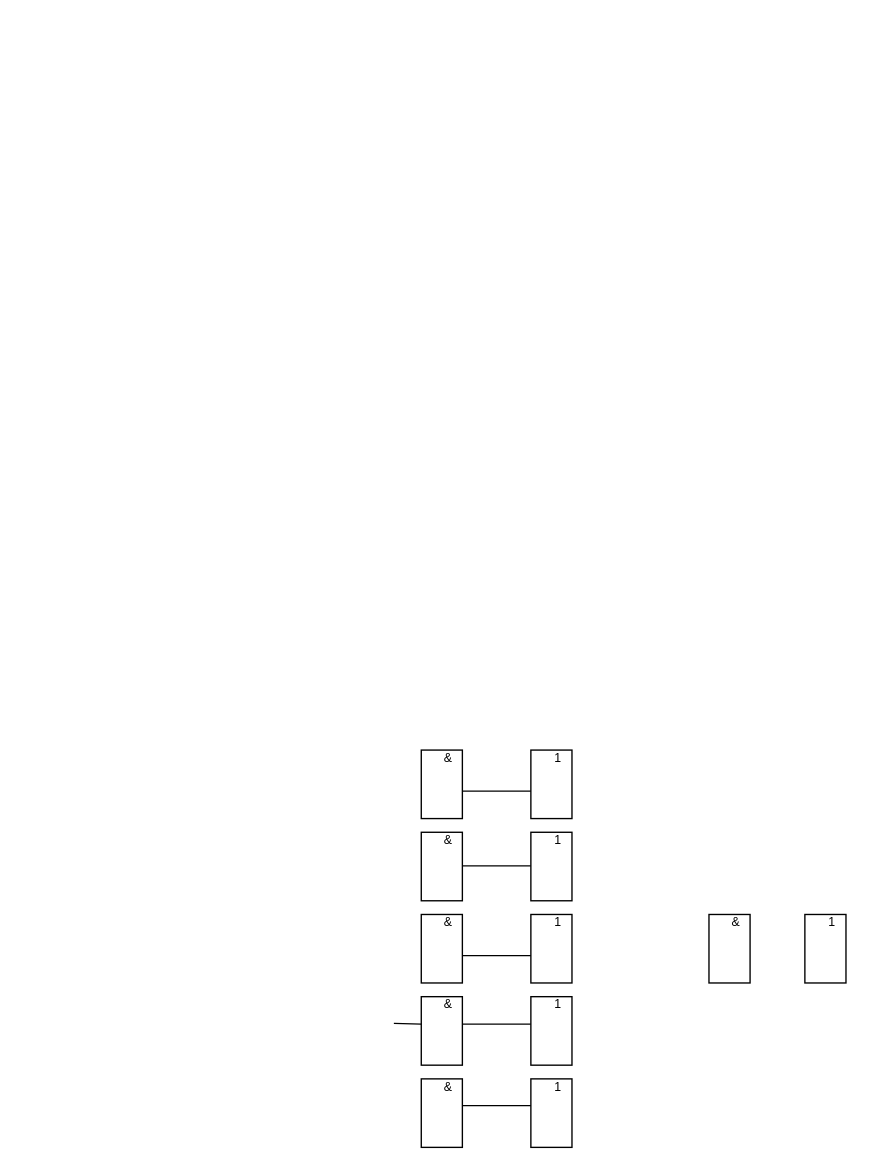
Before: page "МКНФбуль" (4 of 7) of BulevBasisMDNF.drawio in Chelovecpauk/Some, a draw.io diagram. Source tidied: cells renumbered, new cells numbered last; positions are measured from the earlier drawing's top-left corner, leaving out a move shared by most shapes. Both pictures are drawn from the tidied source at 137%, with x=0, y=0 at pixel (393, 736).
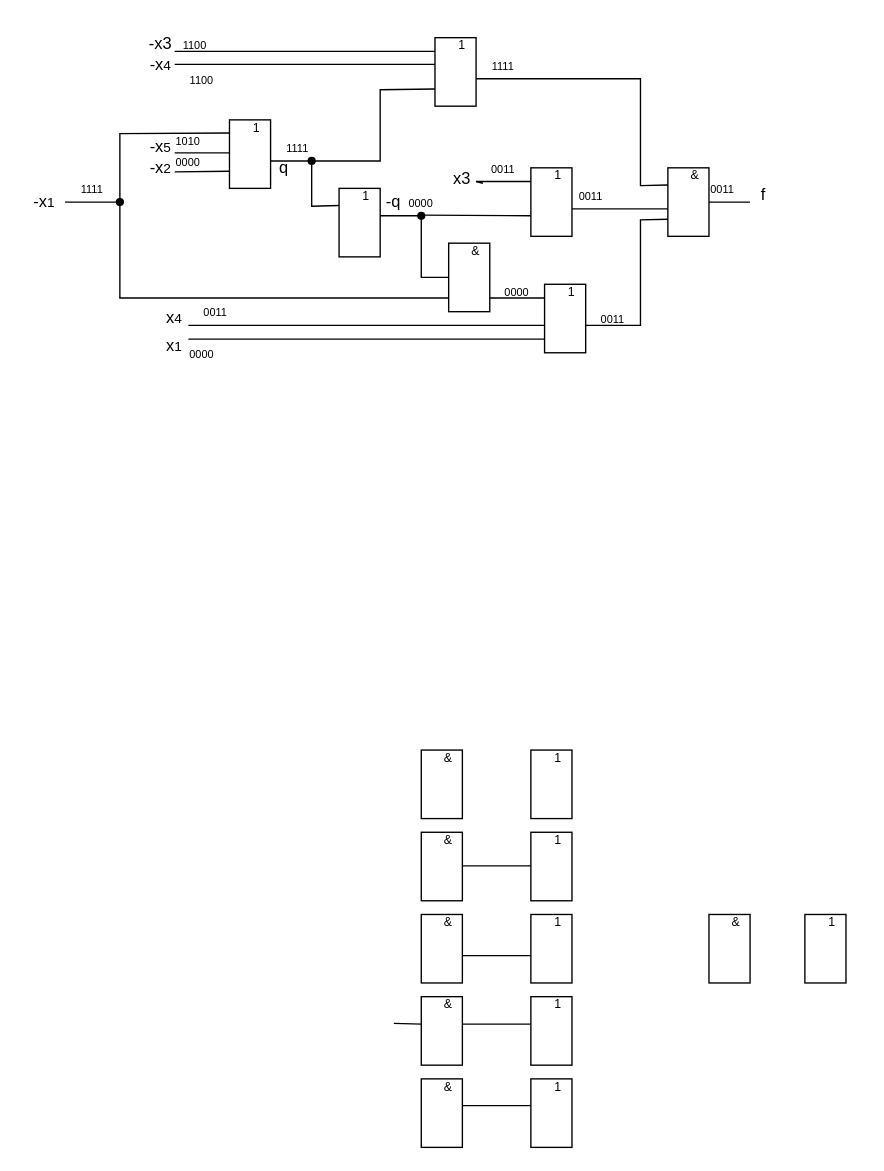
After the change.

The edit, as a diff of the source:
```diff
@@
     <mxCell id="35" style="endArrow=none;html=1;rounded=0;" parent="1" edge="1">
       <mxGeometry relative="1" as="geometry">
-        <mxPoint x="50" y="40" as="sourcePoint" />
-        <mxPoint x="100" y="40" as="targetPoint" />
+        <mxPoint x="130" y="-385" as="sourcePoint" />
+        <mxPoint x="210" y="-385" as="targetPoint" />
       </mxGeometry>
     </mxCell>
@@
+    <mxCell id="44" style="group;" parent="1" vertex="1">
+      <mxGeometry x="-40" y="-410" width="40" height="60" as="geometry" />
+    </mxCell>
+    <mxCell id="45" value="&lt;b&gt;&lt;font style=&quot;font-size: 14px;&quot;&gt;&lt;br&gt;&lt;br&gt;&lt;/font&gt;&lt;/b&gt;" style="rounded=0;whiteSpace=wrap;html=1;" parent="44" vertex="1">
+      <mxGeometry y="10" width="30" height="50" as="geometry" />
+    </mxCell>
+    <mxCell id="46" value="&lt;font style=&quot;font-size: 9px;&quot;&gt;1&lt;/font&gt;" style="text;html=1;strokeColor=none;fillColor=none;align=center;verticalAlign=middle;whiteSpace=wrap;rounded=0;" parent="44" vertex="1">
+      <mxGeometry width="40" height="30" as="geometry" />
+    </mxCell>
+    <mxCell id="47" value="&lt;b&gt;&lt;font style=&quot;font-size: 14px;&quot;&gt;&lt;br&gt;&lt;br&gt;&lt;/font&gt;&lt;/b&gt;" style="rounded=0;whiteSpace=wrap;html=1;" parent="1" vertex="1">
+      <mxGeometry x="-120" y="-450" width="30" height="50" as="geometry" />
+    </mxCell>
+    <mxCell id="48" style="group;" parent="1" vertex="1">
+      <mxGeometry x="200" y="-425" width="40" height="60" as="geometry" />
+    </mxCell>
+    <mxCell id="49" value="&lt;b&gt;&lt;font style=&quot;font-size: 14px;&quot;&gt;&lt;br&gt;&lt;br&gt;&lt;/font&gt;&lt;/b&gt;" style="rounded=0;whiteSpace=wrap;html=1;" parent="48" vertex="1">
+      <mxGeometry y="10" width="30" height="50" as="geometry" />
+    </mxCell>
+    <mxCell id="50" value="&lt;font style=&quot;font-size: 9px;&quot;&gt;&amp;amp;&lt;/font&gt;" style="text;html=1;strokeColor=none;fillColor=none;align=center;verticalAlign=middle;whiteSpace=wrap;rounded=0;" parent="48" vertex="1">
+      <mxGeometry width="40" height="30" as="geometry" />
+    </mxCell>
+    <mxCell id="51" style="endArrow=none;html=1;rounded=0;entryX=0;entryY=0.75;entryDx=0;entryDy=0;startArrow=none;" parent="1" edge="1" source="84" target="46">
+      <mxGeometry relative="1" as="geometry">
+        <Array as="points">
+          <mxPoint x="-60" y="-420" />
+          <mxPoint x="-60" y="-387" />
+        </Array>
+      </mxGeometry>
+    </mxCell>
+    <mxCell id="52" value="-x&lt;span style=&quot;font-size: 10px;&quot;&gt;5&lt;/span&gt;" style="text;html=1;strokeColor=none;fillColor=none;align=center;verticalAlign=middle;whiteSpace=wrap;rounded=0;" parent="1" vertex="1">
+      <mxGeometry x="-180" y="-440" width="20" height="20" as="geometry" />
+    </mxCell>
+    <mxCell id="53" value="-x&lt;span style=&quot;font-size: 10px;&quot;&gt;2&lt;/span&gt;" style="text;html=1;strokeColor=none;fillColor=none;align=center;verticalAlign=middle;whiteSpace=wrap;rounded=0;" parent="1" vertex="1">
+      <mxGeometry x="-200" y="-430" width="60" height="30" as="geometry" />
+    </mxCell>
+    <mxCell id="54" style="endArrow=none;html=1;rounded=0;entryX=0;entryY=1;entryDx=0;entryDy=0;" parent="1" edge="1">
+      <mxGeometry relative="1" as="geometry">
+        <mxPoint x="-160" y="-425.9" as="sourcePoint" />
+        <mxPoint x="-120" y="-425.9" as="targetPoint" />
+      </mxGeometry>
+    </mxCell>
+    <mxCell id="55" style="endArrow=none;html=1;rounded=0;entryX=0;entryY=0.75;entryDx=0;entryDy=0;" parent="1" edge="1" target="47">
+      <mxGeometry relative="1" as="geometry">
+        <mxPoint x="-160" y="-412" as="sourcePoint" />
+      </mxGeometry>
+    </mxCell>
+    <mxCell id="56" style="endArrow=none;html=1;rounded=0;exitX=0.75;exitY=1;exitDx=0;exitDy=0;entryX=0;entryY=0.5;entryDx=0;entryDy=0;" parent="1" edge="1" source="46" target="64">
+      <mxGeometry relative="1" as="geometry">
+        <Array as="points">
+          <mxPoint x="20" y="-380" />
+          <mxPoint x="20" y="-335" />
+        </Array>
+      </mxGeometry>
+    </mxCell>
+    <mxCell id="57" value="-q" style="text;html=1;strokeColor=none;fillColor=none;align=center;verticalAlign=middle;whiteSpace=wrap;rounded=0;" parent="1" vertex="1">
+      <mxGeometry x="-20" y="-405" width="40" height="30" as="geometry" />
+    </mxCell>
+    <mxCell id="58" value="q" style="text;html=1;strokeColor=none;fillColor=none;align=center;verticalAlign=middle;whiteSpace=wrap;rounded=0;" parent="1" vertex="1">
+      <mxGeometry x="-100" y="-430" width="40" height="30" as="geometry" />
+    </mxCell>
+    <mxCell id="59" value="&lt;font style=&quot;font-size: 8px;&quot;&gt;1111&lt;/font&gt;" style="text;html=1;strokeColor=none;fillColor=none;align=center;verticalAlign=middle;whiteSpace=wrap;rounded=0;" parent="1" vertex="1">
+      <mxGeometry x="-240" y="-410" width="40" height="20" as="geometry" />
+    </mxCell>
+    <mxCell id="60" value="&lt;font style=&quot;font-size: 8px;&quot;&gt;0000&lt;/font&gt;" style="text;html=1;strokeColor=none;fillColor=none;align=center;verticalAlign=middle;whiteSpace=wrap;rounded=0;" parent="1" vertex="1">
+      <mxGeometry x="-170" y="-425" width="40" height="10" as="geometry" />
+    </mxCell>
+    <mxCell id="61" value="&lt;font style=&quot;font-size: 8px;&quot;&gt;1111&lt;/font&gt;" style="text;html=1;strokeColor=none;fillColor=none;align=center;verticalAlign=middle;whiteSpace=wrap;rounded=0;" parent="1" vertex="1">
+      <mxGeometry x="-90" y="-435" width="40" height="10" as="geometry" />
+    </mxCell>
+    <mxCell id="62" value="&lt;font style=&quot;font-size: 8px;&quot;&gt;0000&lt;/font&gt;" style="text;html=1;strokeColor=none;fillColor=none;align=center;verticalAlign=middle;whiteSpace=wrap;rounded=0;" parent="1" vertex="1">
+      <mxGeometry y="-395" width="40" height="10" as="geometry" />
+    </mxCell>
+    <mxCell id="63" style="group;" parent="1" vertex="1">
+      <mxGeometry x="40" y="-370" width="40" height="60" as="geometry" />
+    </mxCell>
+    <mxCell id="64" value="&lt;b&gt;&lt;font style=&quot;font-size: 14px;&quot;&gt;&lt;br&gt;&lt;br&gt;&lt;/font&gt;&lt;/b&gt;" style="rounded=0;whiteSpace=wrap;html=1;" parent="63" vertex="1">
+      <mxGeometry y="10" width="30" height="50" as="geometry" />
+    </mxCell>
+    <mxCell id="65" value="&lt;font style=&quot;font-size: 9px;&quot;&gt;&amp;amp;&lt;/font&gt;" style="text;html=1;strokeColor=none;fillColor=none;align=center;verticalAlign=middle;whiteSpace=wrap;rounded=0;" parent="63" vertex="1">
+      <mxGeometry width="40" height="30" as="geometry" />
+    </mxCell>
+    <mxCell id="66" style="endArrow=none;html=1;rounded=0;" parent="1" edge="1" source="103">
+      <mxGeometry relative="1" as="geometry">
+        <mxPoint x="40" y="-320" as="targetPoint" />
+        <Array as="points">
+          <mxPoint x="-200" y="-320" />
+        </Array>
+      </mxGeometry>
+    </mxCell>
+    <mxCell id="67" style="group;" parent="1" vertex="1">
+      <mxGeometry x="110" y="-340" width="40" height="60" as="geometry" />
+    </mxCell>
+    <mxCell id="68" value="&lt;b&gt;&lt;font style=&quot;font-size: 14px;&quot;&gt;&lt;br&gt;&lt;br&gt;&lt;/font&gt;&lt;/b&gt;" style="rounded=0;whiteSpace=wrap;html=1;" parent="67" vertex="1">
+      <mxGeometry y="10" width="30" height="50" as="geometry" />
+    </mxCell>
+    <mxCell id="69" value="&lt;font style=&quot;font-size: 9px;&quot;&gt;1&lt;/font&gt;" style="text;html=1;strokeColor=none;fillColor=none;align=center;verticalAlign=middle;whiteSpace=wrap;rounded=0;" parent="67" vertex="1">
+      <mxGeometry width="40" height="30" as="geometry" />
+    </mxCell>
+    <mxCell id="70" style="endArrow=none;html=1;rounded=0;" parent="1" edge="1">
+      <mxGeometry relative="1" as="geometry">
+        <mxPoint x="70" y="-320" as="sourcePoint" />
+        <mxPoint x="110" y="-320" as="targetPoint" />
+      </mxGeometry>
+    </mxCell>
+    <mxCell id="71" style="endArrow=none;html=1;rounded=0;" parent="1" edge="1">
+      <mxGeometry relative="1" as="geometry">
+        <mxPoint x="-150" y="-300" as="sourcePoint" />
+        <mxPoint x="110" y="-300" as="targetPoint" />
+      </mxGeometry>
+    </mxCell>
+    <mxCell id="72" style="endArrow=none;html=1;rounded=0;" parent="1" edge="1">
+      <mxGeometry relative="1" as="geometry">
+        <mxPoint x="-150" y="-290" as="sourcePoint" />
+        <mxPoint x="110" y="-290" as="targetPoint" />
+      </mxGeometry>
+    </mxCell>
+    <mxCell id="73" value="x&lt;span style=&quot;font-size: 10px;&quot;&gt;4&lt;/span&gt;" style="text;html=1;strokeColor=none;fillColor=none;align=center;verticalAlign=middle;whiteSpace=wrap;rounded=0;" parent="1" vertex="1">
+      <mxGeometry x="-190" y="-320" width="60" height="30" as="geometry" />
+    </mxCell>
+    <mxCell id="74" value="x&lt;span style=&quot;font-size: 10px;&quot;&gt;1&lt;/span&gt;" style="text;html=1;strokeColor=none;fillColor=none;align=center;verticalAlign=middle;whiteSpace=wrap;rounded=0;" parent="1" vertex="1">
+      <mxGeometry x="-190" y="-300" width="60" height="30" as="geometry" />
+    </mxCell>
+    <mxCell id="75" style="shape=waypoint;sketch=0;fillStyle=solid;size=6;fillColor=none;perimeter=centerPerimeter;" parent="1" vertex="1">
+      <mxGeometry x="10" y="-390" width="20" height="20" as="geometry" />
+    </mxCell>
+    <mxCell id="76" style="endArrow=none;html=1;rounded=0;" parent="1" edge="1">
+      <mxGeometry relative="1" as="geometry">
+        <mxPoint x="20" y="-380.5" as="sourcePoint" />
+        <mxPoint x="100" y="-380" as="targetPoint" />
+      </mxGeometry>
+    </mxCell>
+    <mxCell id="77" style="group;" parent="1" vertex="1">
+      <mxGeometry x="100" y="-425" width="40" height="60" as="geometry" />
+    </mxCell>
+    <mxCell id="78" value="&lt;b&gt;&lt;font style=&quot;font-size: 14px;&quot;&gt;&lt;br&gt;&lt;br&gt;&lt;/font&gt;&lt;/b&gt;" style="rounded=0;whiteSpace=wrap;html=1;" parent="77" vertex="1">
+      <mxGeometry y="10" width="30" height="50" as="geometry" />
+    </mxCell>
+    <mxCell id="79" value="&lt;font style=&quot;font-size: 9px;&quot;&gt;1&lt;/font&gt;" style="text;html=1;strokeColor=none;fillColor=none;align=center;verticalAlign=middle;whiteSpace=wrap;rounded=0;" parent="77" vertex="1">
+      <mxGeometry width="40" height="30" as="geometry" />
+    </mxCell>
+    <mxCell id="80" style="group;" parent="1" vertex="1">
+      <mxGeometry x="30" y="-520" width="40" height="60" as="geometry" />
+    </mxCell>
+    <mxCell id="81" value="&lt;b&gt;&lt;font style=&quot;font-size: 14px;&quot;&gt;&lt;br&gt;&lt;br&gt;&lt;/font&gt;&lt;/b&gt;" style="rounded=0;whiteSpace=wrap;html=1;" parent="80" vertex="1">
+      <mxGeometry y="10" width="30" height="50" as="geometry" />
+    </mxCell>
+    <mxCell id="82" value="&lt;font style=&quot;font-size: 9px;&quot;&gt;1&lt;/font&gt;" style="text;html=1;strokeColor=none;fillColor=none;align=center;verticalAlign=middle;whiteSpace=wrap;rounded=0;" parent="80" vertex="1">
+      <mxGeometry width="40" height="30" as="geometry" />
+    </mxCell>
+    <mxCell id="83" style="endArrow=none;html=1;rounded=0;entryDx=0;entryDy=0;" parent="1" edge="1" target="84">
+      <mxGeometry relative="1" as="geometry">
+        <mxPoint x="-90" y="-420" as="sourcePoint" />
+      </mxGeometry>
+    </mxCell>
+    <mxCell id="84" style="shape=waypoint;sketch=0;fillStyle=solid;size=6;points=[];fillColor=none;perimeter=centerPerimeter;snapToPoint=1;" parent="1" vertex="1">
+      <mxGeometry x="-70" y="-430" width="20" height="20" as="geometry" />
+    </mxCell>
+    <mxCell id="85" style="endArrow=none;html=1;rounded=0;entryX=0;entryY=0.75;entryDx=0;entryDy=0;" parent="1" edge="1" target="81">
+      <mxGeometry relative="1" as="geometry">
+        <mxPoint x="-60" y="-420" as="sourcePoint" />
+        <Array as="points">
+          <mxPoint x="-10" y="-420" />
+          <mxPoint x="-10" y="-472" />
+        </Array>
+      </mxGeometry>
+    </mxCell>
+    <mxCell id="86" style="endArrow=none;html=1;rounded=0;" parent="1" edge="1">
+      <mxGeometry relative="1" as="geometry">
+        <mxPoint x="-160" y="-500" as="sourcePoint" />
+        <mxPoint x="30" y="-500" as="targetPoint" />
+      </mxGeometry>
+    </mxCell>
+    <mxCell id="87" style="endArrow=none;html=1;rounded=0;" parent="1" edge="1">
+      <mxGeometry relative="1" as="geometry">
+        <mxPoint x="-160" y="-490.5" as="sourcePoint" />
+        <mxPoint x="30" y="-490.5" as="targetPoint" />
+      </mxGeometry>
+    </mxCell>
+    <mxCell id="88" value="-x3" style="text;html=1;strokeColor=none;fillColor=none;align=center;verticalAlign=middle;whiteSpace=wrap;rounded=0;" parent="1" vertex="1">
+      <mxGeometry x="-200" y="-520" width="60" height="30" as="geometry" />
+    </mxCell>
+    <mxCell id="89" value="-x&lt;span style=&quot;font-size: 10px;&quot;&gt;4&lt;/span&gt;" style="text;html=1;strokeColor=none;fillColor=none;align=center;verticalAlign=middle;whiteSpace=wrap;rounded=0;" parent="1" vertex="1">
+      <mxGeometry x="-200" y="-505" width="60" height="30" as="geometry" />
+    </mxCell>
+    <mxCell id="90" style="endArrow=none;html=1;rounded=0;startArrow=none;" parent="1" edge="1">
+      <mxGeometry relative="1" as="geometry">
+        <mxPoint x="60" y="-405" as="sourcePoint" />
+        <mxPoint x="100" y="-405" as="targetPoint" />
+      </mxGeometry>
+    </mxCell>
+    <mxCell id="91" style="endArrow=none;html=1;rounded=0;" parent="1" edge="1" target="92">
+      <mxGeometry relative="1" as="geometry">
+        <mxPoint x="60" y="-405" as="sourcePoint" />
+      </mxGeometry>
+    </mxCell>
+    <mxCell id="92" value="x3" style="text;html=1;strokeColor=none;fillColor=none;align=center;verticalAlign=middle;whiteSpace=wrap;rounded=0;" parent="1" vertex="1">
+      <mxGeometry x="35" y="-415" width="30" height="15" as="geometry" />
+    </mxCell>
+    <mxCell id="93" style="endArrow=none;html=1;rounded=0;entryX=0;entryY=0.75;entryDx=0;entryDy=0;" parent="1" edge="1" target="49">
+      <mxGeometry relative="1" as="geometry">
+        <mxPoint x="140" y="-300" as="sourcePoint" />
+        <Array as="points">
+          <mxPoint x="180" y="-300" />
+          <mxPoint x="180" y="-377" />
+        </Array>
+      </mxGeometry>
+    </mxCell>
+    <mxCell id="94" style="endArrow=none;html=1;rounded=0;entryX=0;entryY=0.75;entryDx=0;entryDy=0;" parent="1" edge="1" target="50">
+      <mxGeometry relative="1" as="geometry">
+        <mxPoint x="60" y="-480" as="sourcePoint" />
+        <Array as="points">
+          <mxPoint x="180" y="-480" />
+          <mxPoint x="180" y="-402" />
+        </Array>
+      </mxGeometry>
+    </mxCell>
+    <mxCell id="95" value="f" style="text;html=1;strokeColor=none;fillColor=none;align=center;verticalAlign=middle;whiteSpace=wrap;rounded=0;" parent="1" vertex="1">
+      <mxGeometry x="240" y="-410" width="60" height="30" as="geometry" />
+    </mxCell>
+    <mxCell id="96" style="endArrow=none;html=1;rounded=0;" parent="1" edge="1">
+      <mxGeometry relative="1" as="geometry">
+        <mxPoint x="230" y="-390" as="sourcePoint" />
+        <mxPoint x="260" y="-390" as="targetPoint" />
+      </mxGeometry>
+    </mxCell>
+    <mxCell id="97" value="&lt;font style=&quot;font-size: 8px;&quot;&gt;0011&lt;/font&gt;" style="text;html=1;strokeColor=none;fillColor=none;align=center;verticalAlign=middle;whiteSpace=wrap;rounded=0;" parent="1" vertex="1">
+      <mxGeometry x="-150" y="-315" width="40" height="10" as="geometry" />
+    </mxCell>
+    <mxCell id="98" value="&lt;font style=&quot;font-size: 8px;&quot;&gt;0000&lt;/font&gt;" style="text;html=1;strokeColor=none;fillColor=none;align=center;verticalAlign=middle;whiteSpace=wrap;rounded=0;" parent="1" vertex="1">
+      <mxGeometry x="-160" y="-290" width="40" height="20" as="geometry" />
+    </mxCell>
+    <mxCell id="99" value="&lt;font style=&quot;font-size: 9px;&quot;&gt;1&lt;/font&gt;" style="text;html=1;strokeColor=none;fillColor=none;align=center;verticalAlign=middle;whiteSpace=wrap;rounded=0;" parent="1" vertex="1">
+      <mxGeometry x="-120" y="-460" width="40" height="30" as="geometry" />
+    </mxCell>
+    <mxCell id="100" style="endArrow=none;html=1;rounded=0;entryX=0;entryY=0.75;entryDx=0;entryDy=0;startArrow=none;" parent="1" edge="1" source="103">
+      <mxGeometry relative="1" as="geometry">
+        <mxPoint x="-120" y="-440.4" as="targetPoint" />
+        <Array as="points">
+          <mxPoint x="-200" y="-390" />
+          <mxPoint x="-200" y="-440" />
+        </Array>
+      </mxGeometry>
+    </mxCell>
+    <mxCell id="101" value="-x&lt;span style=&quot;font-size: 10px;&quot;&gt;1&lt;/span&gt;" style="text;html=1;strokeColor=none;fillColor=none;align=center;verticalAlign=middle;whiteSpace=wrap;rounded=0;" parent="1" vertex="1">
+      <mxGeometry x="-270" y="-395" width="30" height="10" as="geometry" />
+    </mxCell>
+    <mxCell id="102" style="endArrow=none;html=1;rounded=0;entryDx=0;entryDy=0;" parent="1" edge="1" target="103">
+      <mxGeometry relative="1" as="geometry">
+        <mxPoint x="-240" y="-390" as="sourcePoint" />
+      </mxGeometry>
+    </mxCell>
+    <mxCell id="103" style="shape=waypoint;sketch=0;fillStyle=solid;size=6;points=[];fillColor=none;perimeter=centerPerimeter;snapToPoint=1;" parent="1" vertex="1">
+      <mxGeometry x="-210" y="-400" width="20" height="20" as="geometry" />
+    </mxCell>
+    <mxCell id="104" value="&lt;font style=&quot;font-size: 8px;&quot;&gt;1010&lt;/font&gt;" style="text;html=1;strokeColor=none;fillColor=none;align=center;verticalAlign=middle;whiteSpace=wrap;rounded=0;" parent="1" vertex="1">
+      <mxGeometry x="-165" y="-440" width="30" height="10" as="geometry" />
+    </mxCell>
+    <mxCell id="105" value="&lt;font style=&quot;font-size: 8px;&quot;&gt;1100&lt;/font&gt;" style="text;html=1;strokeColor=none;fillColor=none;align=center;verticalAlign=middle;whiteSpace=wrap;rounded=0;" parent="1" vertex="1">
+      <mxGeometry x="-165" y="-515" width="40" height="20" as="geometry" />
+    </mxCell>
+    <mxCell id="106" value="&lt;font style=&quot;font-size: 8px;&quot;&gt;1100&lt;/font&gt;" style="text;html=1;strokeColor=none;fillColor=none;align=center;verticalAlign=middle;whiteSpace=wrap;rounded=0;" parent="1" vertex="1">
+      <mxGeometry x="-160" y="-490" width="40" height="20" as="geometry" />
+    </mxCell>
+    <mxCell id="107" value="&lt;font style=&quot;font-size: 8px;&quot;&gt;0011&lt;/font&gt;" style="text;html=1;strokeColor=none;fillColor=none;align=center;verticalAlign=middle;whiteSpace=wrap;rounded=0;" parent="1" vertex="1">
+      <mxGeometry x="60" y="-420" width="40" height="10" as="geometry" />
+    </mxCell>
+    <mxCell id="108" value="&lt;font style=&quot;font-size: 8px;&quot;&gt;1111&lt;/font&gt;" style="text;html=1;strokeColor=none;fillColor=none;align=center;verticalAlign=middle;whiteSpace=wrap;rounded=0;" parent="1" vertex="1">
+      <mxGeometry x="60" y="-495" width="40" height="10" as="geometry" />
+    </mxCell>
+    <mxCell id="109" value="&lt;font style=&quot;font-size: 8px;&quot;&gt;0011&lt;/font&gt;" style="text;html=1;strokeColor=none;fillColor=none;align=center;verticalAlign=middle;whiteSpace=wrap;rounded=0;" parent="1" vertex="1">
+      <mxGeometry x="124" y="-400" width="40" height="10" as="geometry" />
+    </mxCell>
+    <mxCell id="110" value="&lt;font style=&quot;font-size: 8px;&quot;&gt;0000&lt;/font&gt;" style="text;html=1;strokeColor=none;fillColor=none;align=center;verticalAlign=middle;whiteSpace=wrap;rounded=0;" parent="1" vertex="1">
+      <mxGeometry x="70" y="-330" width="40" height="10" as="geometry" />
+    </mxCell>
+    <mxCell id="111" value="&lt;font style=&quot;font-size: 8px;&quot;&gt;0011&lt;/font&gt;" style="text;html=1;strokeColor=none;fillColor=none;align=center;verticalAlign=middle;whiteSpace=wrap;rounded=0;" parent="1" vertex="1">
+      <mxGeometry x="140" y="-310" width="40" height="10" as="geometry" />
+    </mxCell>
+    <mxCell id="112" value="&lt;font style=&quot;font-size: 8px;&quot;&gt;0011&lt;/font&gt;" style="text;html=1;strokeColor=none;fillColor=none;align=center;verticalAlign=middle;whiteSpace=wrap;rounded=0;" parent="1" vertex="1">
+      <mxGeometry x="220" y="-405" width="40" height="10" as="geometry" />
+    </mxCell>
```
